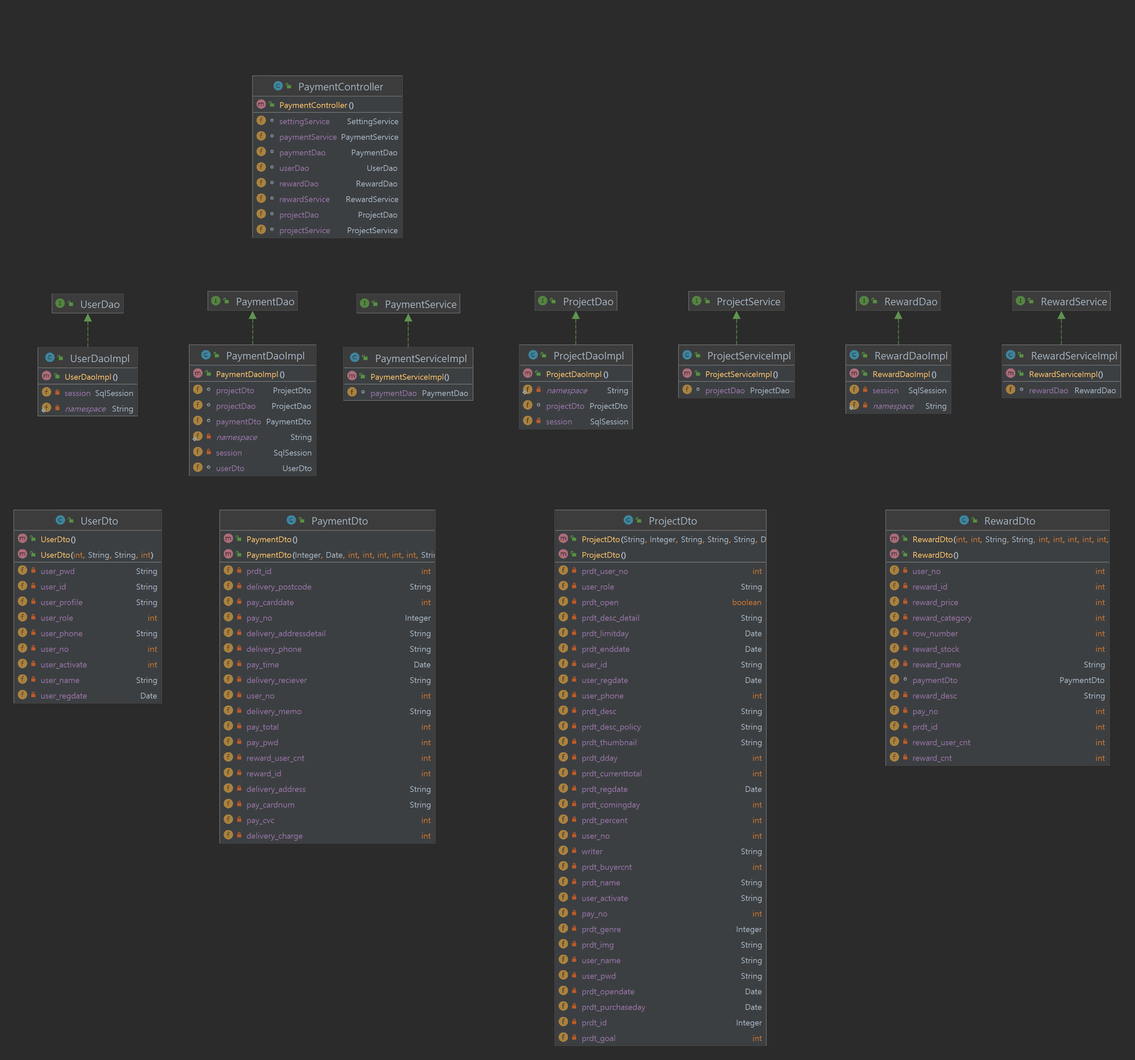
Purplaying-Main/Purplaying keeps this PlantUML diagram as 개발산출물/클래스다이어그램/Payment_ClassDiagram.png. Above is the earlier version. Its source is kept beside it as 개발산출물/클래스다이어그램/Payment_ClassDiagram.plantuml.
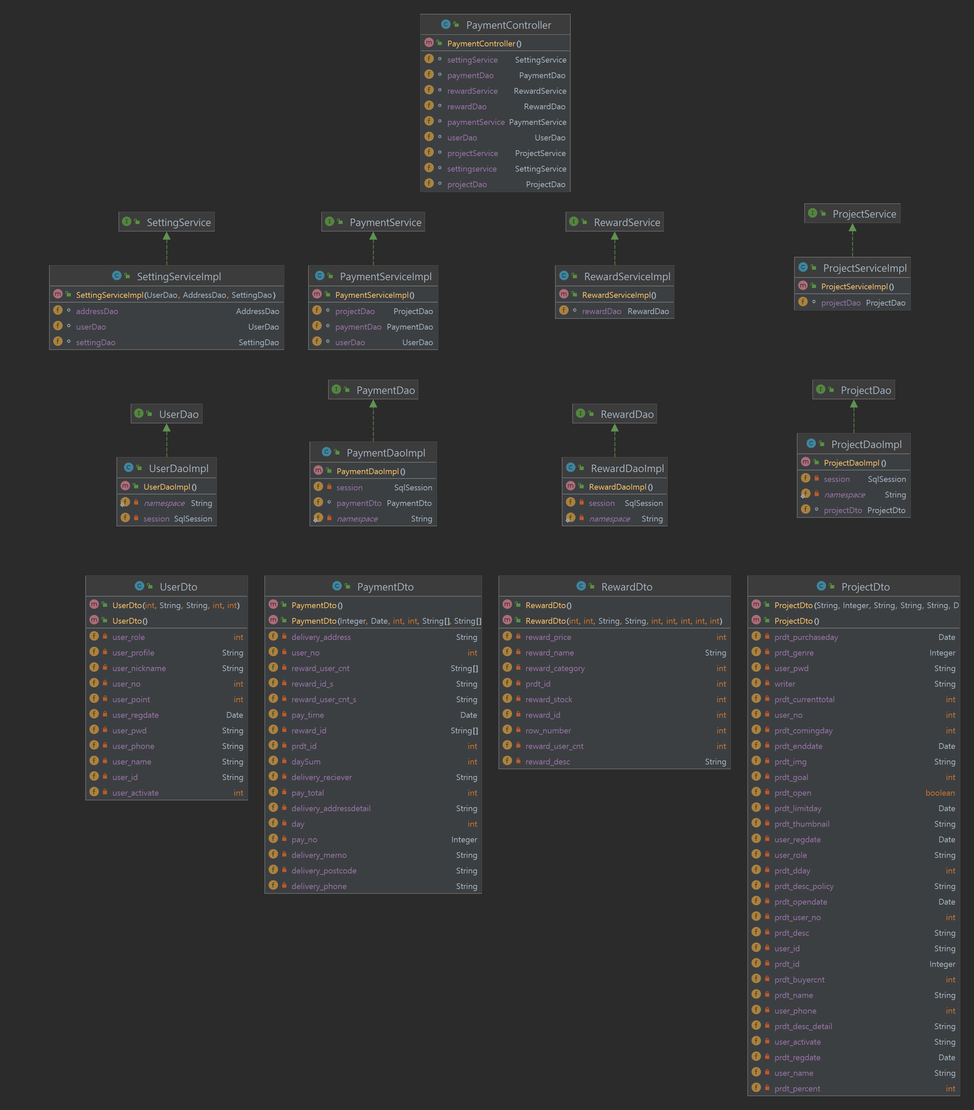
The same diagram one commit later.

Commit message:
payment 클래스다이어그램 수정

Change to the diagram source:
```diff
@@ -7,92 +7,90 @@
 class PaymentController {
   + PaymentController():
   ~ settingService: SettingService
+  ~ paymentDao: PaymentDao
+  ~ rewardService: RewardService
+  ~ rewardDao: RewardDao
   ~ paymentService: PaymentService
-  ~ paymentDao: PaymentDao
   ~ userDao: UserDao
-  ~ rewardDao: RewardDao
-  ~ rewardService: RewardService
+  ~ projectService: ProjectService
+  ~ settingservice: SettingService
   ~ projectDao: ProjectDao
-  ~ projectService: ProjectService
 }
 interface PaymentDao << interface >>
 class PaymentDaoImpl {
   + PaymentDaoImpl():
-  ~ projectDto: ProjectDto
-  ~ projectDao: ProjectDao
+  - session: SqlSession
   ~ paymentDto: PaymentDto
   - namespace: String
-  - session: SqlSession
-  ~ userDto: UserDto
 }
 class PaymentDto {
   + PaymentDto():
-  + PaymentDto(Integer, Date, int, int, int, int, int, String, String, String, String, String, String, int, String, int, int, int):
+  + PaymentDto(Integer, Date, int, int, String[], String[], int, String, String, String, String, String, String, int, int, String, String):
+  - delivery_address: String
+  - user_no: int
+  - reward_user_cnt: String[]
+  - reward_id_s: String
+  - reward_user_cnt_s: String
+  - pay_time: Date
+  - reward_id: String[]
   - prdt_id: int
+  - daySum: int
+  - delivery_reciever: String
+  - pay_total: int
+  - delivery_addressdetail: String
+  - day: int
+  - pay_no: Integer
+  - delivery_memo: String
   - delivery_postcode: String
-  - pay_carddate: int
-  - pay_no: Integer
-  - delivery_addressdetail: String
   - delivery_phone: String
-  - pay_time: Date
-  - delivery_reciever: String
-  - user_no: int
-  - delivery_memo: String
-  - pay_total: int
-  - pay_pwd: int
-  - reward_user_cnt: int
-  - reward_id: int
-  - delivery_address: String
-  - pay_cardnum: String
-  - pay_cvc: int
-  - delivery_charge: int
 }
 interface PaymentService << interface >>
 class PaymentServiceImpl {
   + PaymentServiceImpl():
+  ~ projectDao: ProjectDao
   ~ paymentDao: PaymentDao
+  ~ userDao: UserDao
 }
 interface ProjectDao << interface >>
 class ProjectDaoImpl {
   + ProjectDaoImpl():
+  - session: SqlSession
   - namespace: String
   ~ projectDto: ProjectDto
-  - session: SqlSession
 }
 class ProjectDto {
-  + ProjectDto(String, Integer, String, String, String, Date, Date, Date, int, int, boolean, String, Integer, String, String, int, int, int, Date, Date, int, String, String, String, int, Date, String, String, int, int, int):
+  + ProjectDto(String, Integer, String, String, String, Date, Date, Date, int, int, boolean, String, Integer, String, String, int, int, int, Date, Date, int, int, int, String, String, String, int, Date, String, String):
   + ProjectDto():
+  - prdt_purchaseday: Date
+  - prdt_genre: Integer
+  - user_pwd: String
+  - writer: String
+  - prdt_currenttotal: int
+  - user_no: int
+  - prdt_comingday: int
+  - prdt_enddate: Date
+  - prdt_img: String
+  - prdt_goal: int
+  - prdt_open: boolean
+  - prdt_limitday: Date
+  - prdt_thumbnail: String
+  - user_regdate: Date
+  - user_role: String
+  - prdt_dday: int
+  - prdt_desc_policy: String
+  - prdt_opendate: Date
   - prdt_user_no: int
-  - user_role: String
-  - prdt_open: boolean
-  - prdt_desc_detail: String
-  - prdt_limitday: Date
-  - prdt_enddate: Date
+  - prdt_desc: String
   - user_id: String
-  - user_regdate: Date
-  - user_phone: int
-  - prdt_desc: String
-  - prdt_desc_policy: String
-  - prdt_thumbnail: String
-  - prdt_dday: int
-  - prdt_currenttotal: int
-  - prdt_regdate: Date
-  - prdt_comingday: int
-  - prdt_percent: int
-  - user_no: int
-  - writer: String
+  - prdt_id: Integer
   - prdt_buyercnt: int
   - prdt_name: String
+  - user_phone: int
+  - prdt_desc_detail: String
   - user_activate: String
-  - pay_no: int
-  - prdt_genre: Integer
-  - prdt_img: String
+  - prdt_regdate: Date
   - user_name: String
-  - user_pwd: String
-  - prdt_opendate: Date
-  - prdt_purchaseday: Date
-  - prdt_id: Integer
-  - prdt_goal: int
+  - prdt_percent: int
 }
 interface ProjectService << interface >>
 class ProjectServiceImpl {
@@ -106,45 +104,50 @@
   - namespace: String
 }
 class RewardDto {
-  + RewardDto(int, int, String, String, int, int, int, int, int, int, int):
   + RewardDto():
-  - user_no: int
+  + RewardDto(int, int, String, String, int, int, int, int, int):
+  - reward_price: int
+  - reward_name: String
+  - reward_category: int
+  - prdt_id: int
+  - reward_stock: int
   - reward_id: int
-  - reward_price: int
-  - reward_category: int
   - row_number: int
-  - reward_stock: int
-  - reward_name: String
-  ~ paymentDto: PaymentDto
+  - reward_user_cnt: int
   - reward_desc: String
-  - pay_no: int
-  - prdt_id: int
-  - reward_user_cnt: int
-  - reward_cnt: int
 }
 interface RewardService << interface >>
 class RewardServiceImpl {
   + RewardServiceImpl():
   ~ rewardDao: RewardDao
 }
+interface SettingService << interface >>
+class SettingServiceImpl {
+  + SettingServiceImpl(UserDao, AddressDao, SettingDao):
+  ~ addressDao: AddressDao
+  ~ userDao: UserDao
+  ~ settingDao: SettingDao
+}
 interface UserDao << interface >>
 class UserDaoImpl {
   + UserDaoImpl():
+  - namespace: String
   - session: SqlSession
-  - namespace: String
 }
 class UserDto {
+  + UserDto(int, String, String, int, int):
   + UserDto():
-  + UserDto(int, String, String, int):
+  - user_role: int
+  - user_profile: String
+  - user_nickname: String
+  - user_no: int
+  - user_point: int
+  - user_regdate: Date
   - user_pwd: String
+  - user_phone: String
+  - user_name: String
   - user_id: String
-  - user_profile: String
-  - user_role: int
-  - user_phone: String
-  - user_no: int
   - user_activate: int
-  - user_name: String
-  - user_regdate: Date
 }
 
 PaymentDaoImpl      -[#008200,dashed]-^  PaymentDao
@@ -153,5 +156,6 @@
 ProjectServiceImpl  -[#008200,dashed]-^  ProjectService
 RewardDaoImpl       -[#008200,dashed]-^  RewardDao
 RewardServiceImpl   -[#008200,dashed]-^  RewardService
+SettingServiceImpl  -[#008200,dashed]-^  SettingService
 UserDaoImpl         -[#008200,dashed]-^  UserDao
 @enduml
```
